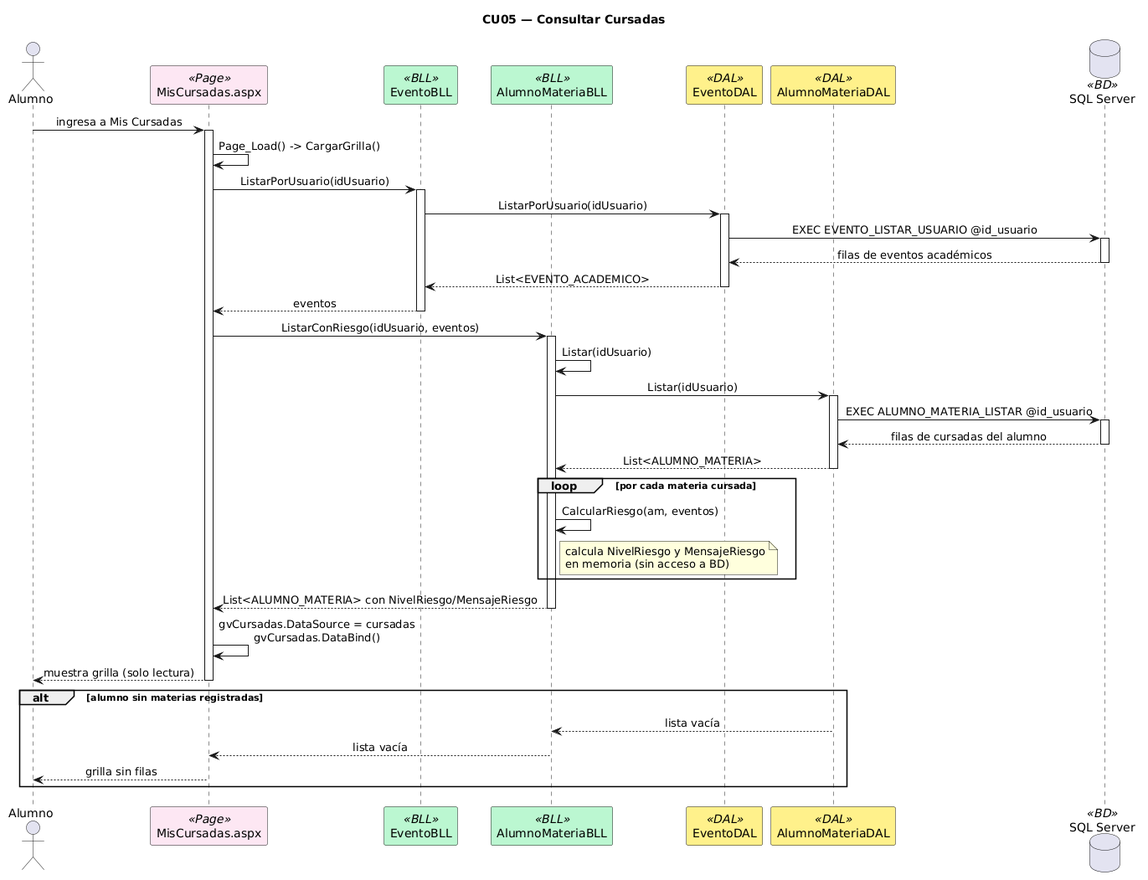
Earlier version of the PlantUML export DIAGRAMAS/Secuencia_CU05_ConsultarCursadas.png (Urrels/tpDYAWeb). The source it was exported from:
```plantuml
@startuml
title CU05 — Consultar Cursadas
skinparam sequenceMessageAlign center
skinparam shadowing false
skinparam sequenceParticipant {
    BackgroundColor<<Page>> #FCE7F3
    BackgroundColor<<BLL>> #BBF7D0
    BackgroundColor<<DAL>> #FEF08A
    BackgroundColor<<BD>> #DBEAFE
}

actor Alumno as A
participant "MisCursadas.aspx" as PAGE <<Page>>
participant "EventoBLL" as BLLEVT <<BLL>>
participant "AlumnoMateriaBLL" as BLLAM <<BLL>>
participant "EventoDAL" as DALEVT <<DAL>>
participant "AlumnoMateriaDAL" as DALAM <<DAL>>
database "SQL Server" as DB <<BD>>

A -> PAGE : ingresa a Mis Cursadas
activate PAGE
PAGE -> PAGE : Page_Load() -> CargarGrilla()

PAGE -> BLLEVT : ListarPorUsuario(idUsuario)
activate BLLEVT
BLLEVT -> DALEVT : ListarPorUsuario(idUsuario)
activate DALEVT
DALEVT -> DB : EXEC EVENTO_LISTAR_USUARIO @id_usuario
activate DB
DB --> DALEVT : filas de eventos académicos
deactivate DB
DALEVT --> BLLEVT : List<EVENTO_ACADEMICO>
deactivate DALEVT
BLLEVT --> PAGE : eventos
deactivate BLLEVT

PAGE -> BLLAM : ListarConRiesgo(idUsuario, eventos)
activate BLLAM
BLLAM -> BLLAM : Listar(idUsuario)
BLLAM -> DALAM : Listar(idUsuario)
activate DALAM
DALAM -> DB : EXEC ALUMNO_MATERIA_LISTAR @id_usuario
activate DB
DB --> DALAM : filas de cursadas del alumno
deactivate DB
DALAM --> BLLAM : List<ALUMNO_MATERIA>
deactivate DALAM

loop por cada materia cursada
  BLLAM -> BLLAM : CalcularRiesgo(am, eventos)
  note right of BLLAM
    calcula NivelRiesgo y MensajeRiesgo
    en memoria (sin acceso a BD)
  end note
end

BLLAM --> PAGE : List<ALUMNO_MATERIA> con NivelRiesgo/MensajeRiesgo
deactivate BLLAM

PAGE -> PAGE : gvCursadas.DataSource = cursadas\ngvCursadas.DataBind()
PAGE --> A : muestra grilla (solo lectura)
deactivate PAGE

alt alumno sin materias registradas
  DALAM --> BLLAM : lista vacía
  BLLAM --> PAGE : lista vacía
  PAGE --> A : grilla sin filas
end
@enduml
```
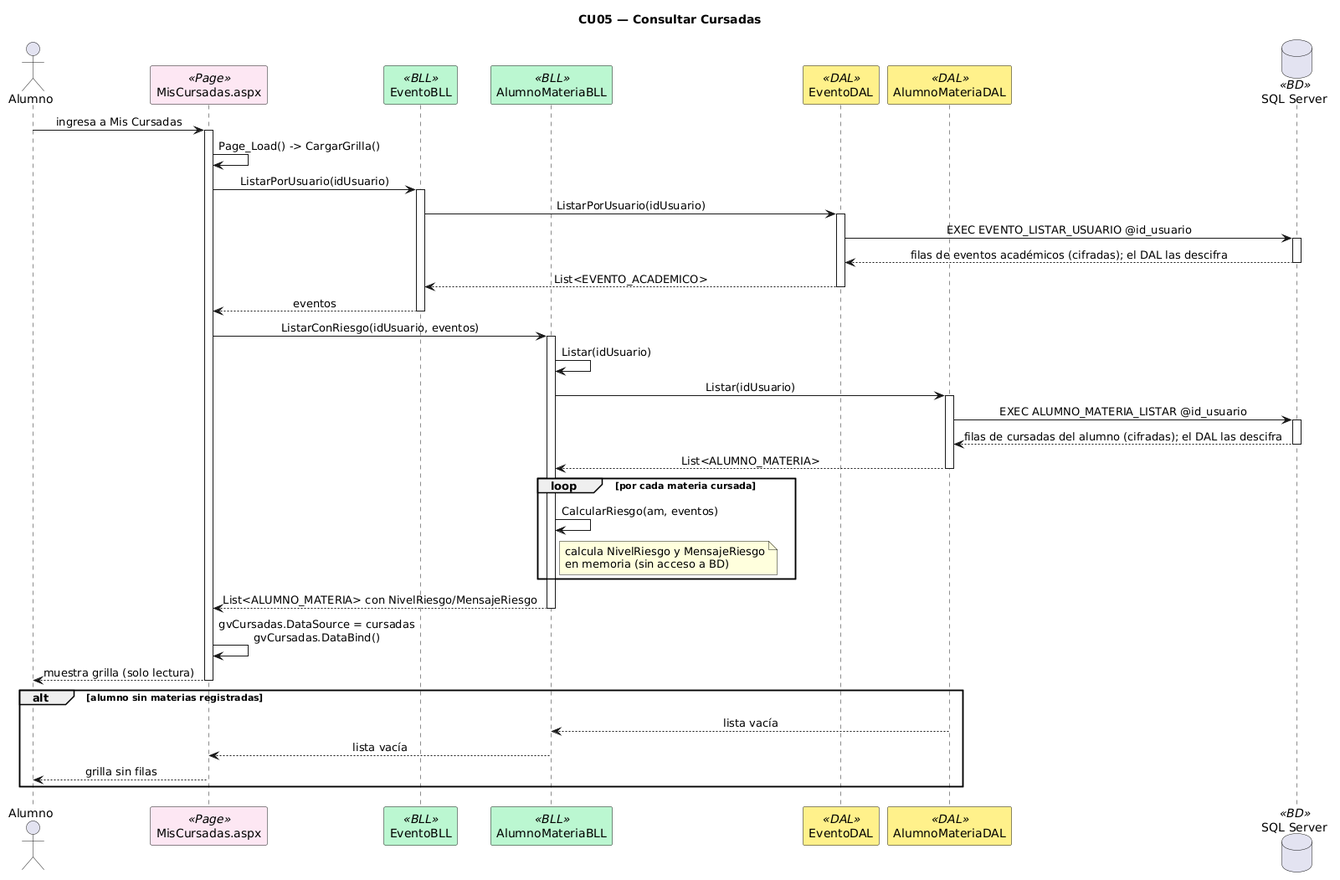
Above is the later version.

What changed in the source:
```diff
@@ -3,12 +3,11 @@
 skinparam sequenceMessageAlign center
 skinparam shadowing false
 skinparam sequenceParticipant {
-    BackgroundColor<<Page>> #FCE7F3
-    BackgroundColor<<BLL>> #BBF7D0
-    BackgroundColor<<DAL>> #FEF08A
-    BackgroundColor<<BD>> #DBEAFE
+BackgroundColor<<Page>> #FCE7F3
+BackgroundColor<<BLL>> #BBF7D0
+BackgroundColor<<DAL>> #FEF08A
+BackgroundColor<<BD>> #DBEAFE
 }
-
 actor Alumno as A
 participant "MisCursadas.aspx" as PAGE <<Page>>
 participant "EventoBLL" as BLLEVT <<BLL>>
@@ -16,24 +15,21 @@
 participant "EventoDAL" as DALEVT <<DAL>>
 participant "AlumnoMateriaDAL" as DALAM <<DAL>>
 database "SQL Server" as DB <<BD>>
-
 A -> PAGE : ingresa a Mis Cursadas
 activate PAGE
 PAGE -> PAGE : Page_Load() -> CargarGrilla()
-
 PAGE -> BLLEVT : ListarPorUsuario(idUsuario)
 activate BLLEVT
 BLLEVT -> DALEVT : ListarPorUsuario(idUsuario)
 activate DALEVT
 DALEVT -> DB : EXEC EVENTO_LISTAR_USUARIO @id_usuario
 activate DB
-DB --> DALEVT : filas de eventos académicos
+DB --> DALEVT : filas de eventos académicos (cifradas); el DAL las descifra
 deactivate DB
 DALEVT --> BLLEVT : List<EVENTO_ACADEMICO>
 deactivate DALEVT
 BLLEVT --> PAGE : eventos
 deactivate BLLEVT
-
 PAGE -> BLLAM : ListarConRiesgo(idUsuario, eventos)
 activate BLLAM
 BLLAM -> BLLAM : Listar(idUsuario)
@@ -41,29 +37,25 @@
 activate DALAM
 DALAM -> DB : EXEC ALUMNO_MATERIA_LISTAR @id_usuario
 activate DB
-DB --> DALAM : filas de cursadas del alumno
+DB --> DALAM : filas de cursadas del alumno (cifradas); el DAL las descifra
 deactivate DB
 DALAM --> BLLAM : List<ALUMNO_MATERIA>
 deactivate DALAM
-
 loop por cada materia cursada
-  BLLAM -> BLLAM : CalcularRiesgo(am, eventos)
-  note right of BLLAM
-    calcula NivelRiesgo y MensajeRiesgo
-    en memoria (sin acceso a BD)
-  end note
+BLLAM -> BLLAM : CalcularRiesgo(am, eventos)
+note right of BLLAM
+calcula NivelRiesgo y MensajeRiesgo
+en memoria (sin acceso a BD)
+end note
 end
-
 BLLAM --> PAGE : List<ALUMNO_MATERIA> con NivelRiesgo/MensajeRiesgo
 deactivate BLLAM
-
 PAGE -> PAGE : gvCursadas.DataSource = cursadas\ngvCursadas.DataBind()
 PAGE --> A : muestra grilla (solo lectura)
 deactivate PAGE
-
 alt alumno sin materias registradas
-  DALAM --> BLLAM : lista vacía
-  BLLAM --> PAGE : lista vacía
-  PAGE --> A : grilla sin filas
+DALAM --> BLLAM : lista vacía
+BLLAM --> PAGE : lista vacía
+PAGE --> A : grilla sin filas
 end
 @enduml
```
